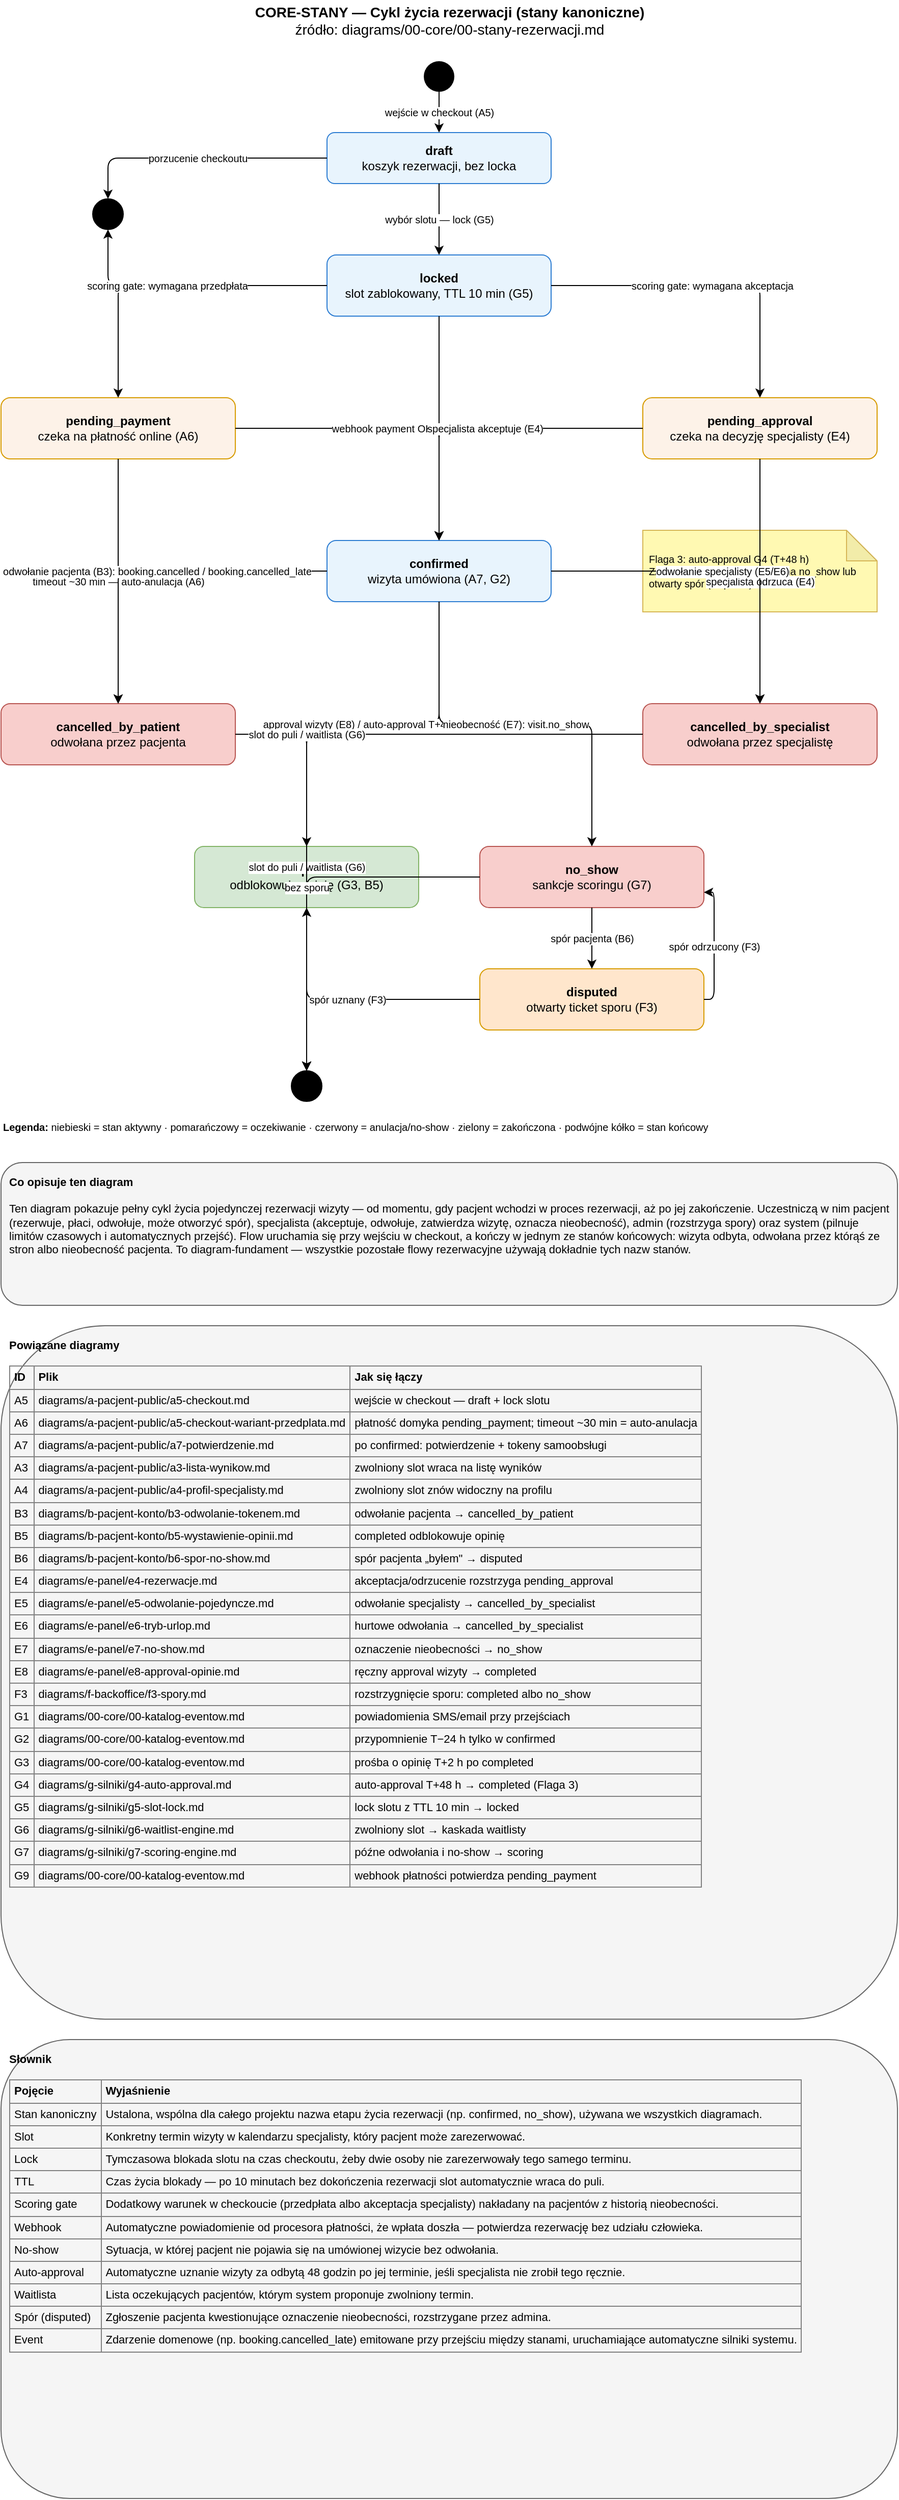
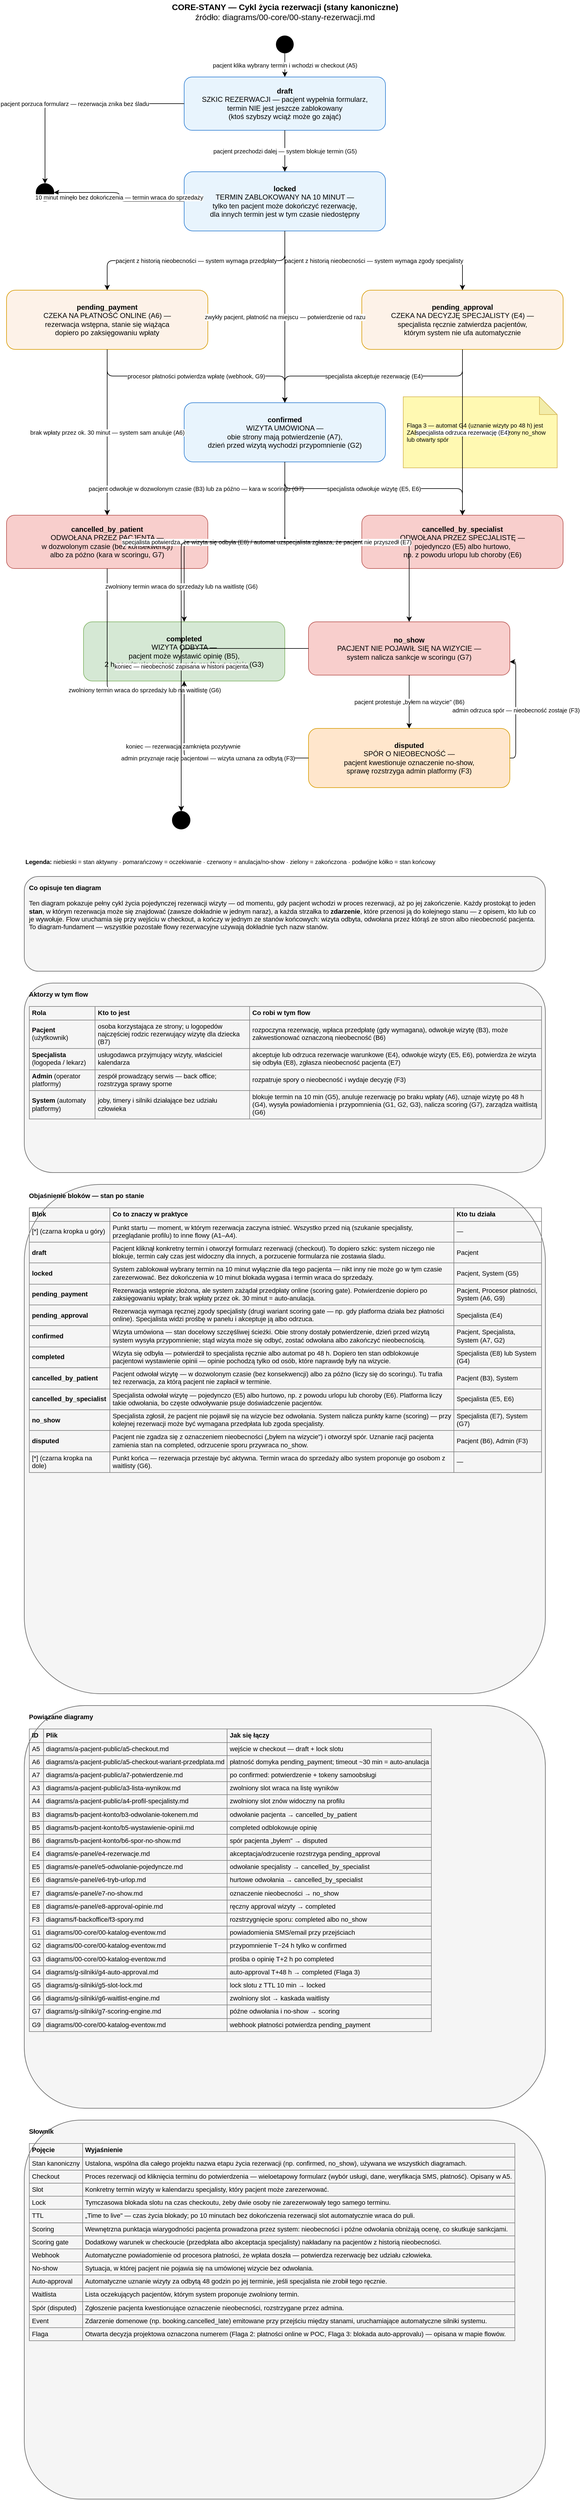
<mxfile host="app.diagrams.net" agent="claude-flows" version="24.0.0">
  <diagram id="core-stany-rezerwacji" name="CORE-STANY — cykl życia rezerwacji">
-     <mxGraphModel dx="1200" dy="900" grid="1" gridSize="10" guides="1" tooltips="1" connect="1" arrows="1" fold="1" page="1" pageScale="1" pageWidth="1000" pageHeight="2550" math="0" shadow="0">
+     <mxGraphModel dx="1200" dy="900" grid="1" gridSize="10" guides="1" tooltips="1" connect="1" arrows="1" fold="1" page="1" pageScale="1" pageWidth="1000" pageHeight="4300" math="0" shadow="0">
      <root>
        <mxCell id="0" />
        <mxCell id="1" parent="0" />
        <mxCell id="title" value="&lt;b&gt;CORE-STANY — Cykl życia rezerwacji (stany kanoniczne)&lt;/b&gt;&lt;br&gt;źródło: diagrams/00-core/00-stany-rezerwacji.md" style="text;html=1;align=center;verticalAlign=middle;fontSize=14;" vertex="1" parent="1">
          <mxGeometry x="250" y="10" width="500" height="40" as="geometry" />
        </mxCell>
        <mxCell id="start" value="" style="ellipse;whiteSpace=wrap;html=1;fillColor=#000000;strokeColor=none;" vertex="1" parent="1">
-           <mxGeometry x="475" y="70" width="30" height="30" as="geometry" />
+           <mxGeometry x="485" y="70" width="30" height="30" as="geometry" />
        </mxCell>
-         <mxCell id="draft" value="&lt;b&gt;draft&lt;/b&gt;&lt;br&gt;koszyk rezerwacji, bez locka" style="rounded=1;whiteSpace=wrap;html=1;fillColor=#e8f4fd;strokeColor=#2d7dd2;fontSize=12;" vertex="1" parent="1">
-           <mxGeometry x="380" y="140" width="220" height="50" as="geometry" />
+         <mxCell id="draft" value="&lt;b&gt;draft&lt;/b&gt;&lt;br&gt;SZKIC REZERWACJI — pacjent wypełnia formularz,&lt;br&gt;termin NIE jest jeszcze zablokowany&lt;br&gt;(ktoś szybszy wciąż może go zająć)" style="rounded=1;whiteSpace=wrap;html=1;fillColor=#e8f4fd;strokeColor=#2d7dd2;fontSize=12;" vertex="1" parent="1">
+           <mxGeometry x="330" y="140" width="340" height="90" as="geometry" />
        </mxCell>
        <mxCell id="endAbandon" value="" style="ellipse;shape=doubleEllipse;whiteSpace=wrap;html=1;fillColor=#000000;strokeColor=#000000;" vertex="1" parent="1">
-           <mxGeometry x="150" y="205" width="30" height="30" as="geometry" />
+           <mxGeometry x="80" y="320" width="30" height="30" as="geometry" />
        </mxCell>
-         <mxCell id="locked" value="&lt;b&gt;locked&lt;/b&gt;&lt;br&gt;slot zablokowany, TTL 10 min (G5)" style="rounded=1;whiteSpace=wrap;html=1;fillColor=#e8f4fd;strokeColor=#2d7dd2;fontSize=12;" vertex="1" parent="1">
-           <mxGeometry x="380" y="260" width="220" height="60" as="geometry" />
+         <mxCell id="locked" value="&lt;b&gt;locked&lt;/b&gt;&lt;br&gt;TERMIN ZABLOKOWANY NA 10 MINUT —&lt;br&gt;tylko ten pacjent może dokończyć rezerwację,&lt;br&gt;dla innych termin jest w tym czasie niedostępny" style="rounded=1;whiteSpace=wrap;html=1;fillColor=#e8f4fd;strokeColor=#2d7dd2;fontSize=12;" vertex="1" parent="1">
+           <mxGeometry x="330" y="300" width="340" height="100" as="geometry" />
        </mxCell>
-         <mxCell id="pendingPayment" value="&lt;b&gt;pending_payment&lt;/b&gt;&lt;br&gt;czeka na płatność online (A6)" style="rounded=1;whiteSpace=wrap;html=1;fillColor=#fdf2e8;strokeColor=#d79b00;fontSize=12;" vertex="1" parent="1">
-           <mxGeometry x="60" y="400" width="230" height="60" as="geometry" />
+         <mxCell id="pendingPayment" value="&lt;b&gt;pending_payment&lt;/b&gt;&lt;br&gt;CZEKA NA PŁATNOŚĆ ONLINE (A6) —&lt;br&gt;rezerwacja wstępna, stanie się wiążąca&lt;br&gt;dopiero po zaksięgowaniu wpłaty" style="rounded=1;whiteSpace=wrap;html=1;fillColor=#fdf2e8;strokeColor=#d79b00;fontSize=12;" vertex="1" parent="1">
+           <mxGeometry x="30" y="500" width="340" height="100" as="geometry" />
        </mxCell>
-         <mxCell id="pendingApproval" value="&lt;b&gt;pending_approval&lt;/b&gt;&lt;br&gt;czeka na decyzję specjalisty (E4)" style="rounded=1;whiteSpace=wrap;html=1;fillColor=#fdf2e8;strokeColor=#d79b00;fontSize=12;" vertex="1" parent="1">
-           <mxGeometry x="690" y="400" width="230" height="60" as="geometry" />
+         <mxCell id="pendingApproval" value="&lt;b&gt;pending_approval&lt;/b&gt;&lt;br&gt;CZEKA NA DECYZJĘ SPECJALISTY (E4) —&lt;br&gt;specjalista ręcznie zatwierdza pacjentów,&lt;br&gt;którym system nie ufa automatycznie" style="rounded=1;whiteSpace=wrap;html=1;fillColor=#fdf2e8;strokeColor=#d79b00;fontSize=12;" vertex="1" parent="1">
+           <mxGeometry x="630" y="500" width="340" height="100" as="geometry" />
        </mxCell>
-         <mxCell id="confirmed" value="&lt;b&gt;confirmed&lt;/b&gt;&lt;br&gt;wizyta umówiona (A7, G2)" style="rounded=1;whiteSpace=wrap;html=1;fillColor=#e8f4fd;strokeColor=#2d7dd2;fontSize=12;" vertex="1" parent="1">
-           <mxGeometry x="380" y="540" width="220" height="60" as="geometry" />
+         <mxCell id="confirmed" value="&lt;b&gt;confirmed&lt;/b&gt;&lt;br&gt;WIZYTA UMÓWIONA —&lt;br&gt;obie strony mają potwierdzenie (A7),&lt;br&gt;dzień przed wizytą wychodzi przypomnienie (G2)" style="rounded=1;whiteSpace=wrap;html=1;fillColor=#e8f4fd;strokeColor=#2d7dd2;fontSize=12;" vertex="1" parent="1">
+           <mxGeometry x="330" y="690" width="340" height="100" as="geometry" />
        </mxCell>
-         <mxCell id="flaga3" value="Flaga 3: auto-approval G4 (T+48 h) ZABLOKOWANY, gdy wizyta ma no_show lub otwarty spór (disputed)" style="shape=note;whiteSpace=wrap;html=1;backgroundOutline=1;darkOpacity=0.05;fillColor=#FFF9B2;strokeColor=#d6b656;fontSize=10;align=left;spacing=6;" vertex="1" parent="1">
-           <mxGeometry x="690" y="530" width="230" height="80" as="geometry" />
+         <mxCell id="flaga3" value="Flaga 3 — automat G4 (uznanie wizyty po 48 h) jest ZABLOKOWANY, gdy wizyta ma zgłoszony no_show lub otwarty spór" style="shape=note;whiteSpace=wrap;html=1;backgroundOutline=1;darkOpacity=0.05;fillColor=#FFF9B2;strokeColor=#d6b656;fontSize=10;align=left;spacing=6;" vertex="1" parent="1">
+           <mxGeometry x="700" y="680" width="260" height="120" as="geometry" />
        </mxCell>
-         <mxCell id="cancelledByPatient" value="&lt;b&gt;cancelled_by_patient&lt;/b&gt;&lt;br&gt;odwołana przez pacjenta" style="rounded=1;whiteSpace=wrap;html=1;fillColor=#f8cecc;strokeColor=#b85450;fontSize=12;" vertex="1" parent="1">
-           <mxGeometry x="60" y="700" width="230" height="60" as="geometry" />
+         <mxCell id="cancelledByPatient" value="&lt;b&gt;cancelled_by_patient&lt;/b&gt;&lt;br&gt;ODWOŁANA PRZEZ PACJENTA —&lt;br&gt;w dozwolonym czasie (bez konsekwencji)&lt;br&gt;albo za późno (kara w scoringu, G7)" style="rounded=1;whiteSpace=wrap;html=1;fillColor=#f8cecc;strokeColor=#b85450;fontSize=12;" vertex="1" parent="1">
+           <mxGeometry x="30" y="880" width="340" height="90" as="geometry" />
        </mxCell>
-         <mxCell id="cancelledBySpecialist" value="&lt;b&gt;cancelled_by_specialist&lt;/b&gt;&lt;br&gt;odwołana przez specjalistę" style="rounded=1;whiteSpace=wrap;html=1;fillColor=#f8cecc;strokeColor=#b85450;fontSize=12;" vertex="1" parent="1">
-           <mxGeometry x="690" y="700" width="230" height="60" as="geometry" />
+         <mxCell id="cancelledBySpecialist" value="&lt;b&gt;cancelled_by_specialist&lt;/b&gt;&lt;br&gt;ODWOŁANA PRZEZ SPECJALISTĘ —&lt;br&gt;pojedynczo (E5) albo hurtowo,&lt;br&gt;np. z powodu urlopu lub choroby (E6)" style="rounded=1;whiteSpace=wrap;html=1;fillColor=#f8cecc;strokeColor=#b85450;fontSize=12;" vertex="1" parent="1">
+           <mxGeometry x="630" y="880" width="340" height="90" as="geometry" />
        </mxCell>
-         <mxCell id="completed" value="&lt;b&gt;completed&lt;/b&gt;&lt;br&gt;odblokowuje opinię (G3, B5)" style="rounded=1;whiteSpace=wrap;html=1;fillColor=#d5e8d4;strokeColor=#82b366;fontSize=12;" vertex="1" parent="1">
-           <mxGeometry x="250" y="840" width="220" height="60" as="geometry" />
+         <mxCell id="completed" value="&lt;b&gt;completed&lt;/b&gt;&lt;br&gt;WIZYTA ODBYTA —&lt;br&gt;pacjent może wystawić opinię (B5),&lt;br&gt;2 h po wizycie system wysyła prośbę o opinię (G3)" style="rounded=1;whiteSpace=wrap;html=1;fillColor=#d5e8d4;strokeColor=#82b366;fontSize=12;" vertex="1" parent="1">
+           <mxGeometry x="160" y="1060" width="340" height="100" as="geometry" />
        </mxCell>
-         <mxCell id="noShow" value="&lt;b&gt;no_show&lt;/b&gt;&lt;br&gt;sankcje scoringu (G7)" style="rounded=1;whiteSpace=wrap;html=1;fillColor=#f8cecc;strokeColor=#b85450;fontSize=12;" vertex="1" parent="1">
-           <mxGeometry x="530" y="840" width="220" height="60" as="geometry" />
+         <mxCell id="noShow" value="&lt;b&gt;no_show&lt;/b&gt;&lt;br&gt;PACJENT NIE POJAWIŁ SIĘ NA WIZYCIE —&lt;br&gt;system nalicza sankcje w scoringu (G7)" style="rounded=1;whiteSpace=wrap;html=1;fillColor=#f8cecc;strokeColor=#b85450;fontSize=12;" vertex="1" parent="1">
+           <mxGeometry x="540" y="1060" width="340" height="90" as="geometry" />
        </mxCell>
-         <mxCell id="disputed" value="&lt;b&gt;disputed&lt;/b&gt;&lt;br&gt;otwarty ticket sporu (F3)" style="rounded=1;whiteSpace=wrap;html=1;fillColor=#ffe6cc;strokeColor=#d79b00;fontSize=12;" vertex="1" parent="1">
-           <mxGeometry x="530" y="960" width="220" height="60" as="geometry" />
+         <mxCell id="disputed" value="&lt;b&gt;disputed&lt;/b&gt;&lt;br&gt;SPÓR O NIEOBECNOŚĆ —&lt;br&gt;pacjent kwestionuje oznaczenie no-show,&lt;br&gt;sprawę rozstrzyga admin platformy (F3)" style="rounded=1;whiteSpace=wrap;html=1;fillColor=#ffe6cc;strokeColor=#d79b00;fontSize=12;" vertex="1" parent="1">
+           <mxGeometry x="540" y="1240" width="340" height="100" as="geometry" />
        </mxCell>
        <mxCell id="endFinal" value="" style="ellipse;shape=doubleEllipse;whiteSpace=wrap;html=1;fillColor=#000000;strokeColor=#000000;" vertex="1" parent="1">
-           <mxGeometry x="345" y="1060" width="30" height="30" as="geometry" />
+           <mxGeometry x="310" y="1380" width="30" height="30" as="geometry" />
        </mxCell>
-         <mxCell id="e1" value="wejście w checkout (A5)" style="edgeStyle=orthogonalEdgeStyle;rounded=1;html=1;fontSize=10;" edge="1" parent="1" source="start" target="draft">
+         <mxCell id="e1" value="pacjent klika wybrany termin i wchodzi w checkout (A5)" style="edgeStyle=orthogonalEdgeStyle;rounded=1;html=1;fontSize=10;" edge="1" parent="1" source="start" target="draft">
          <mxGeometry relative="1" as="geometry" />
        </mxCell>
-         <mxCell id="e2" value="wybór slotu — lock (G5)" style="edgeStyle=orthogonalEdgeStyle;rounded=1;html=1;fontSize=10;" edge="1" parent="1" source="draft" target="locked">
+         <mxCell id="e2" value="pacjent przechodzi dalej — system blokuje termin (G5)" style="edgeStyle=orthogonalEdgeStyle;rounded=1;html=1;fontSize=10;" edge="1" parent="1" source="draft" target="locked">
          <mxGeometry relative="1" as="geometry" />
        </mxCell>
-         <mxCell id="e3" value="porzucenie checkoutu" style="edgeStyle=orthogonalEdgeStyle;rounded=1;html=1;fontSize=10;" edge="1" parent="1" source="draft" target="endAbandon">
+         <mxCell id="e3" value="pacjent porzuca formularz — rezerwacja znika bez śladu" style="edgeStyle=orthogonalEdgeStyle;rounded=1;html=1;fontSize=10;" edge="1" parent="1" source="draft" target="endAbandon">
          <mxGeometry relative="1" as="geometry" />
        </mxCell>
-         <mxCell id="e4" value="TTL wygasł — slot do puli" style="edgeStyle=orthogonalEdgeStyle;rounded=1;html=1;fontSize=10;" edge="1" parent="1" source="locked" target="endAbandon">
+         <mxCell id="e4" value="10 minut minęło bez dokończenia — termin wraca do sprzedaży" style="edgeStyle=orthogonalEdgeStyle;rounded=1;html=1;fontSize=10;" edge="1" parent="1" source="locked" target="endAbandon">
          <mxGeometry relative="1" as="geometry" />
        </mxCell>
-         <mxCell id="e5" value="scoring gate: wymagana przedpłata" style="edgeStyle=orthogonalEdgeStyle;rounded=1;html=1;fontSize=10;" edge="1" parent="1" source="locked" target="pendingPayment">
+         <mxCell id="e5" value="pacjent z historią nieobecności — system wymaga przedpłaty" style="edgeStyle=orthogonalEdgeStyle;rounded=1;html=1;fontSize=10;" edge="1" parent="1" source="locked" target="pendingPayment">
          <mxGeometry relative="1" as="geometry" />
        </mxCell>
-         <mxCell id="e6" value="scoring gate: wymagana akceptacja" style="edgeStyle=orthogonalEdgeStyle;rounded=1;html=1;fontSize=10;" edge="1" parent="1" source="locked" target="pendingApproval">
+         <mxCell id="e6" value="pacjent z historią nieobecności — system wymaga zgody specjalisty" style="edgeStyle=orthogonalEdgeStyle;rounded=1;html=1;fontSize=10;" edge="1" parent="1" source="locked" target="pendingApproval">
          <mxGeometry relative="1" as="geometry" />
        </mxCell>
-         <mxCell id="e7" value="płatność na miejscu, bez gate" style="edgeStyle=orthogonalEdgeStyle;rounded=1;html=1;fontSize=10;" edge="1" parent="1" source="locked" target="confirmed">
+         <mxCell id="e7" value="zwykły pacjent, płatność na miejscu — potwierdzenie od razu" style="edgeStyle=orthogonalEdgeStyle;rounded=1;html=1;fontSize=10;" edge="1" parent="1" source="locked" target="confirmed">
          <mxGeometry relative="1" as="geometry" />
        </mxCell>
-         <mxCell id="e8" value="webhook payment OK (G9)" style="edgeStyle=orthogonalEdgeStyle;rounded=1;html=1;fontSize=10;" edge="1" parent="1" source="pendingPayment" target="confirmed">
+         <mxCell id="e8" value="procesor płatności potwierdza wpłatę (webhook, G9)" style="edgeStyle=orthogonalEdgeStyle;rounded=1;html=1;fontSize=10;" edge="1" parent="1" source="pendingPayment" target="confirmed">
          <mxGeometry relative="1" as="geometry" />
        </mxCell>
-         <mxCell id="e9" value="timeout ~30 min — auto-anulacja (A6)" style="edgeStyle=orthogonalEdgeStyle;rounded=1;html=1;fontSize=10;" edge="1" parent="1" source="pendingPayment" target="cancelledByPatient">
+         <mxCell id="e9" value="brak wpłaty przez ok. 30 minut — system sam anuluje (A6)" style="edgeStyle=orthogonalEdgeStyle;rounded=1;html=1;fontSize=10;" edge="1" parent="1" source="pendingPayment" target="cancelledByPatient">
          <mxGeometry relative="1" as="geometry" />
        </mxCell>
-         <mxCell id="e10" value="specjalista akceptuje (E4)" style="edgeStyle=orthogonalEdgeStyle;rounded=1;html=1;fontSize=10;" edge="1" parent="1" source="pendingApproval" target="confirmed">
+         <mxCell id="e10" value="specjalista akceptuje rezerwację (E4)" style="edgeStyle=orthogonalEdgeStyle;rounded=1;html=1;fontSize=10;" edge="1" parent="1" source="pendingApproval" target="confirmed">
          <mxGeometry relative="1" as="geometry" />
        </mxCell>
-         <mxCell id="e11" value="specjalista odrzuca (E4)" style="edgeStyle=orthogonalEdgeStyle;rounded=1;html=1;fontSize=10;" edge="1" parent="1" source="pendingApproval" target="cancelledBySpecialist">
+         <mxCell id="e11" value="specjalista odrzuca rezerwację (E4)" style="edgeStyle=orthogonalEdgeStyle;rounded=1;html=1;fontSize=10;" edge="1" parent="1" source="pendingApproval" target="cancelledBySpecialist">
          <mxGeometry relative="1" as="geometry" />
        </mxCell>
-         <mxCell id="e12" value="odwołanie pacjenta (B3): booking.cancelled / booking.cancelled_late" style="edgeStyle=orthogonalEdgeStyle;rounded=1;html=1;fontSize=10;" edge="1" parent="1" source="confirmed" target="cancelledByPatient">
+         <mxCell id="e12" value="pacjent odwołuje w dozwolonym czasie (B3) lub za późno — kara w scoringu (G7)" style="edgeStyle=orthogonalEdgeStyle;rounded=1;html=1;fontSize=10;" edge="1" parent="1" source="confirmed" target="cancelledByPatient">
          <mxGeometry relative="1" as="geometry" />
        </mxCell>
-         <mxCell id="e13" value="odwołanie specjalisty (E5/E6)" style="edgeStyle=orthogonalEdgeStyle;rounded=1;html=1;fontSize=10;" edge="1" parent="1" source="confirmed" target="cancelledBySpecialist">
+         <mxCell id="e13" value="specjalista odwołuje wizytę (E5, E6)" style="edgeStyle=orthogonalEdgeStyle;rounded=1;html=1;fontSize=10;" edge="1" parent="1" source="confirmed" target="cancelledBySpecialist">
          <mxGeometry relative="1" as="geometry" />
        </mxCell>
-         <mxCell id="e14" value="approval wizyty (E8) / auto-approval T+48 h (G4)" style="edgeStyle=orthogonalEdgeStyle;rounded=1;html=1;fontSize=10;" edge="1" parent="1" source="confirmed" target="completed">
+         <mxCell id="e14" value="specjalista potwierdza, że wizyta się odbyła (E8) / automat uznaje wizytę po 48 h (G4)" style="edgeStyle=orthogonalEdgeStyle;rounded=1;html=1;fontSize=10;" edge="1" parent="1" source="confirmed" target="completed">
          <mxGeometry relative="1" as="geometry" />
        </mxCell>
-         <mxCell id="e15" value="nieobecność (E7): visit.no_show" style="edgeStyle=orthogonalEdgeStyle;rounded=1;html=1;fontSize=10;" edge="1" parent="1" source="confirmed" target="noShow">
+         <mxCell id="e15" value="specjalista zgłasza, że pacjent nie przyszedł (E7)" style="edgeStyle=orthogonalEdgeStyle;rounded=1;html=1;fontSize=10;" edge="1" parent="1" source="confirmed" target="noShow">
          <mxGeometry relative="1" as="geometry" />
        </mxCell>
-         <mxCell id="e16" value="spór pacjenta (B6)" style="edgeStyle=orthogonalEdgeStyle;rounded=1;html=1;fontSize=10;" edge="1" parent="1" source="noShow" target="disputed">
+         <mxCell id="e16" value="pacjent protestuje „byłem na wizycie&quot; (B6)" style="edgeStyle=orthogonalEdgeStyle;rounded=1;html=1;fontSize=10;" edge="1" parent="1" source="noShow" target="disputed">
          <mxGeometry relative="1" as="geometry" />
        </mxCell>
-         <mxCell id="e17" value="spór uznany (F3)" style="edgeStyle=orthogonalEdgeStyle;rounded=1;html=1;fontSize=10;" edge="1" parent="1" source="disputed" target="completed">
+         <mxCell id="e17" value="admin przyznaje rację pacjentowi — wizyta uznana za odbytą (F3)" style="edgeStyle=orthogonalEdgeStyle;rounded=1;html=1;fontSize=10;" edge="1" parent="1" source="disputed" target="completed">
          <mxGeometry relative="1" as="geometry" />
        </mxCell>
-         <mxCell id="e18" value="spór odrzucony (F3)" style="edgeStyle=orthogonalEdgeStyle;rounded=1;html=1;fontSize=10;exitX=1;exitY=0.5;entryX=1;entryY=0.75;" edge="1" parent="1" source="disputed" target="noShow">
+         <mxCell id="e18" value="admin odrzuca spór — nieobecność zostaje (F3)" style="edgeStyle=orthogonalEdgeStyle;rounded=1;html=1;fontSize=10;exitX=1;exitY=0.5;entryX=1;entryY=0.75;" edge="1" parent="1" source="disputed" target="noShow">
          <mxGeometry relative="1" as="geometry" />
        </mxCell>
-         <mxCell id="e19" value="" style="edgeStyle=orthogonalEdgeStyle;rounded=1;html=1;fontSize=10;" edge="1" parent="1" source="completed" target="endFinal">
+         <mxCell id="e19" value="koniec — rezerwacja zamknięta pozytywnie" style="edgeStyle=orthogonalEdgeStyle;rounded=1;html=1;fontSize=10;" edge="1" parent="1" source="completed" target="endFinal">
          <mxGeometry relative="1" as="geometry" />
        </mxCell>
-         <mxCell id="e20" value="slot do puli / waitlista (G6)" style="edgeStyle=orthogonalEdgeStyle;rounded=1;html=1;fontSize=10;" edge="1" parent="1" source="cancelledByPatient" target="endFinal">
+         <mxCell id="e20" value="zwolniony termin wraca do sprzedaży lub na waitlistę (G6)" style="edgeStyle=orthogonalEdgeStyle;rounded=1;html=1;fontSize=10;" edge="1" parent="1" source="cancelledByPatient" target="endFinal">
          <mxGeometry relative="1" as="geometry" />
        </mxCell>
-         <mxCell id="e21" value="slot do puli / waitlista (G6)" style="edgeStyle=orthogonalEdgeStyle;rounded=1;html=1;fontSize=10;" edge="1" parent="1" source="cancelledBySpecialist" target="endFinal">
+         <mxCell id="e21" value="zwolniony termin wraca do sprzedaży lub na waitlistę (G6)" style="edgeStyle=orthogonalEdgeStyle;rounded=1;html=1;fontSize=10;" edge="1" parent="1" source="cancelledBySpecialist" target="endFinal">
          <mxGeometry relative="1" as="geometry" />
        </mxCell>
-         <mxCell id="e22" value="bez sporu" style="edgeStyle=orthogonalEdgeStyle;rounded=1;html=1;fontSize=10;" edge="1" parent="1" source="noShow" target="endFinal">
+         <mxCell id="e22" value="koniec — nieobecność zapisana w historii pacjenta" style="edgeStyle=orthogonalEdgeStyle;rounded=1;html=1;fontSize=10;" edge="1" parent="1" source="noShow" target="endFinal">
          <mxGeometry relative="1" as="geometry" />
        </mxCell>
        <mxCell id="legend" value="&lt;b&gt;Legenda:&lt;/b&gt; niebieski = stan aktywny · pomarańczowy = oczekiwanie · czerwony = anulacja/no-show · zielony = zakończona · podwójne kółko = stan końcowy" style="text;html=1;align=left;verticalAlign=middle;fontSize=10;" vertex="1" parent="1">
-           <mxGeometry x="60" y="1100" width="880" height="30" as="geometry" />
+           <mxGeometry x="60" y="1450" width="880" height="30" as="geometry" />
        </mxCell>
-         <mxCell id="docOpis" value="&lt;b&gt;Co opisuje ten diagram&lt;/b&gt;&lt;br&gt;&lt;br&gt;Ten diagram pokazuje pełny cykl życia pojedynczej rezerwacji wizyty — od momentu, gdy pacjent wchodzi w proces rezerwacji, aż po jej zakończenie. Uczestniczą w nim pacjent (rezerwuje, płaci, odwołuje, może otworzyć spór), specjalista (akceptuje, odwołuje, zatwierdza wizytę, oznacza nieobecność), admin (rozstrzyga spory) oraz system (pilnuje limitów czasowych i automatycznych przejść). Flow uruchamia się przy wejściu w checkout, a kończy w jednym ze stanów końcowych: wizyta odbyta, odwołana przez którąś ze stron albo nieobecność pacjenta. To diagram-fundament — wszystkie pozostałe flowy rezerwacyjne używają dokładnie tych nazw stanów." style="text;html=1;whiteSpace=wrap;align=left;verticalAlign=top;spacing=8;fillColor=#f5f5f5;strokeColor=#666666;rounded=1;fontSize=11;" vertex="1" parent="1">
-           <mxGeometry x="60" y="1150" width="880" height="140" as="geometry" />
+         <mxCell id="docOpis" value="&lt;b&gt;Co opisuje ten diagram&lt;/b&gt;&lt;br&gt;&lt;br&gt;Ten diagram pokazuje pełny cykl życia pojedynczej rezerwacji wizyty — od momentu, gdy pacjent wchodzi w proces rezerwacji, aż po jej zakończenie. Każdy prostokąt to jeden &lt;b&gt;stan&lt;/b&gt;, w którym rezerwacja może się znajdować (zawsze dokładnie w jednym naraz), a każda strzałka to &lt;b&gt;zdarzenie&lt;/b&gt;, które przenosi ją do kolejnego stanu — z opisem, kto lub co je wywołuje. Flow uruchamia się przy wejściu w checkout, a kończy w jednym ze stanów końcowych: wizyta odbyta, odwołana przez którąś ze stron albo nieobecność pacjenta. To diagram-fundament — wszystkie pozostałe flowy rezerwacyjne używają dokładnie tych nazw stanów." style="text;html=1;whiteSpace=wrap;align=left;verticalAlign=top;spacing=8;fillColor=#f5f5f5;strokeColor=#666666;rounded=1;fontSize=11;" vertex="1" parent="1">
+           <mxGeometry x="60" y="1490" width="880" height="160" as="geometry" />
+         </mxCell>
+         <mxCell id="docAktorzy" value="&lt;b&gt;Aktorzy w tym flow&lt;/b&gt;&lt;br&gt;&lt;br&gt;&lt;table border=&quot;1&quot; cellpadding=&quot;4&quot; style=&quot;border-collapse:collapse;width:100%&quot;&gt;&lt;tr&gt;&lt;th align=&quot;left&quot;&gt;Rola&lt;/th&gt;&lt;th align=&quot;left&quot;&gt;Kto to jest&lt;/th&gt;&lt;th align=&quot;left&quot;&gt;Co robi w tym flow&lt;/th&gt;&lt;/tr&gt;&lt;tr&gt;&lt;td&gt;&lt;b&gt;Pacjent&lt;/b&gt; (użytkownik)&lt;/td&gt;&lt;td&gt;osoba korzystająca ze strony; u logopedów najczęściej rodzic rezerwujący wizytę dla dziecka (B7)&lt;/td&gt;&lt;td&gt;rozpoczyna rezerwację, wpłaca przedpłatę (gdy wymagana), odwołuje wizytę (B3), może zakwestionować oznaczoną nieobecność (B6)&lt;/td&gt;&lt;/tr&gt;&lt;tr&gt;&lt;td&gt;&lt;b&gt;Specjalista&lt;/b&gt; (logopeda / lekarz)&lt;/td&gt;&lt;td&gt;usługodawca przyjmujący wizyty, właściciel kalendarza&lt;/td&gt;&lt;td&gt;akceptuje lub odrzuca rezerwacje warunkowe (E4), odwołuje wizyty (E5, E6), potwierdza że wizyta się odbyła (E8), zgłasza nieobecność pacjenta (E7)&lt;/td&gt;&lt;/tr&gt;&lt;tr&gt;&lt;td&gt;&lt;b&gt;Admin&lt;/b&gt; (operator platformy)&lt;/td&gt;&lt;td&gt;zespół prowadzący serwis — back office; rozstrzyga sprawy sporne&lt;/td&gt;&lt;td&gt;rozpatruje spory o nieobecność i wydaje decyzję (F3)&lt;/td&gt;&lt;/tr&gt;&lt;tr&gt;&lt;td&gt;&lt;b&gt;System&lt;/b&gt; (automaty platformy)&lt;/td&gt;&lt;td&gt;joby, timery i silniki działające bez udziału człowieka&lt;/td&gt;&lt;td&gt;blokuje termin na 10 min (G5), anuluje rezerwację po braku wpłaty (A6), uznaje wizytę po 48 h (G4), wysyła powiadomienia i przypomnienia (G1, G2, G3), nalicza scoring (G7), zarządza waitlistą (G6)&lt;/td&gt;&lt;/tr&gt;&lt;/table&gt;" style="text;html=1;whiteSpace=wrap;align=left;verticalAlign=top;spacing=8;fillColor=#f5f5f5;strokeColor=#666666;rounded=1;fontSize=11;" vertex="1" parent="1">
+           <mxGeometry x="60" y="1670" width="880" height="320" as="geometry" />
+         </mxCell>
+         <mxCell id="docBloki" value="&lt;b&gt;Objaśnienie bloków — stan po stanie&lt;/b&gt;&lt;br&gt;&lt;br&gt;&lt;table border=&quot;1&quot; cellpadding=&quot;4&quot; style=&quot;border-collapse:collapse;width:100%&quot;&gt;&lt;tr&gt;&lt;th align=&quot;left&quot;&gt;Blok&lt;/th&gt;&lt;th align=&quot;left&quot;&gt;Co to znaczy w praktyce&lt;/th&gt;&lt;th align=&quot;left&quot;&gt;Kto tu działa&lt;/th&gt;&lt;/tr&gt;&lt;tr&gt;&lt;td&gt;[*] (czarna kropka u góry)&lt;/td&gt;&lt;td&gt;Punkt startu — moment, w którym rezerwacja zaczyna istnieć. Wszystko przed nią (szukanie specjalisty, przeglądanie profilu) to inne flowy (A1–A4).&lt;/td&gt;&lt;td&gt;—&lt;/td&gt;&lt;/tr&gt;&lt;tr&gt;&lt;td&gt;&lt;b&gt;draft&lt;/b&gt;&lt;/td&gt;&lt;td&gt;Pacjent kliknął konkretny termin i otworzył formularz rezerwacji (checkout). To dopiero szkic: system niczego nie blokuje, termin cały czas jest widoczny dla innych, a porzucenie formularza nie zostawia śladu.&lt;/td&gt;&lt;td&gt;Pacjent&lt;/td&gt;&lt;/tr&gt;&lt;tr&gt;&lt;td&gt;&lt;b&gt;locked&lt;/b&gt;&lt;/td&gt;&lt;td&gt;System zablokował wybrany termin na 10 minut wyłącznie dla tego pacjenta — nikt inny nie może go w tym czasie zarezerwować. Bez dokończenia w 10 minut blokada wygasa i termin wraca do sprzedaży.&lt;/td&gt;&lt;td&gt;Pacjent, System (G5)&lt;/td&gt;&lt;/tr&gt;&lt;tr&gt;&lt;td&gt;&lt;b&gt;pending_payment&lt;/b&gt;&lt;/td&gt;&lt;td&gt;Rezerwacja wstępnie złożona, ale system zażądał przedpłaty online (scoring gate). Potwierdzenie dopiero po zaksięgowaniu wpłaty; brak wpłaty przez ok. 30 minut = auto-anulacja.&lt;/td&gt;&lt;td&gt;Pacjent, Procesor płatności, System (A6, G9)&lt;/td&gt;&lt;/tr&gt;&lt;tr&gt;&lt;td&gt;&lt;b&gt;pending_approval&lt;/b&gt;&lt;/td&gt;&lt;td&gt;Rezerwacja wymaga ręcznej zgody specjalisty (drugi wariant scoring gate — np. gdy platforma działa bez płatności online). Specjalista widzi prośbę w panelu i akceptuje ją albo odrzuca.&lt;/td&gt;&lt;td&gt;Specjalista (E4)&lt;/td&gt;&lt;/tr&gt;&lt;tr&gt;&lt;td&gt;&lt;b&gt;confirmed&lt;/b&gt;&lt;/td&gt;&lt;td&gt;Wizyta umówiona — stan docelowy szczęśliwej ścieżki. Obie strony dostały potwierdzenie, dzień przed wizytą system wysyła przypomnienie; stąd wizyta może się odbyć, zostać odwołana albo zakończyć nieobecnością.&lt;/td&gt;&lt;td&gt;Pacjent, Specjalista, System (A7, G2)&lt;/td&gt;&lt;/tr&gt;&lt;tr&gt;&lt;td&gt;&lt;b&gt;completed&lt;/b&gt;&lt;/td&gt;&lt;td&gt;Wizyta się odbyła — potwierdził to specjalista ręcznie albo automat po 48 h. Dopiero ten stan odblokowuje pacjentowi wystawienie opinii — opinie pochodzą tylko od osób, które naprawdę były na wizycie.&lt;/td&gt;&lt;td&gt;Specjalista (E8) lub System (G4)&lt;/td&gt;&lt;/tr&gt;&lt;tr&gt;&lt;td&gt;&lt;b&gt;cancelled_by_patient&lt;/b&gt;&lt;/td&gt;&lt;td&gt;Pacjent odwołał wizytę — w dozwolonym czasie (bez konsekwencji) albo za późno (liczy się do scoringu). Tu trafia też rezerwacja, za którą pacjent nie zapłacił w terminie.&lt;/td&gt;&lt;td&gt;Pacjent (B3), System&lt;/td&gt;&lt;/tr&gt;&lt;tr&gt;&lt;td&gt;&lt;b&gt;cancelled_by_specialist&lt;/b&gt;&lt;/td&gt;&lt;td&gt;Specjalista odwołał wizytę — pojedynczo (E5) albo hurtowo, np. z powodu urlopu lub choroby (E6). Platforma liczy takie odwołania, bo częste odwoływanie psuje doświadczenie pacjentów.&lt;/td&gt;&lt;td&gt;Specjalista (E5, E6)&lt;/td&gt;&lt;/tr&gt;&lt;tr&gt;&lt;td&gt;&lt;b&gt;no_show&lt;/b&gt;&lt;/td&gt;&lt;td&gt;Specjalista zgłosił, że pacjent nie pojawił się na wizycie bez odwołania. System nalicza punkty karne (scoring) — przy kolejnej rezerwacji może być wymagana przedpłata lub zgoda specjalisty.&lt;/td&gt;&lt;td&gt;Specjalista (E7), System (G7)&lt;/td&gt;&lt;/tr&gt;&lt;tr&gt;&lt;td&gt;&lt;b&gt;disputed&lt;/b&gt;&lt;/td&gt;&lt;td&gt;Pacjent nie zgadza się z oznaczeniem nieobecności („byłem na wizycie&quot;) i otworzył spór. Uznanie racji pacjenta zamienia stan na completed, odrzucenie sporu przywraca no_show.&lt;/td&gt;&lt;td&gt;Pacjent (B6), Admin (F3)&lt;/td&gt;&lt;/tr&gt;&lt;tr&gt;&lt;td&gt;[*] (czarna kropka na dole)&lt;/td&gt;&lt;td&gt;Punkt końca — rezerwacja przestaje być aktywna. Termin wraca do sprzedaży albo system proponuje go osobom z waitlisty (G6).&lt;/td&gt;&lt;td&gt;—&lt;/td&gt;&lt;/tr&gt;&lt;/table&gt;" style="text;html=1;whiteSpace=wrap;align=left;verticalAlign=top;spacing=8;fillColor=#f5f5f5;strokeColor=#666666;rounded=1;fontSize=11;" vertex="1" parent="1">
+           <mxGeometry x="60" y="2010" width="880" height="860" as="geometry" />
        </mxCell>
        <mxCell id="docPowiazane" value="&lt;b&gt;Powiązane diagramy&lt;/b&gt;&lt;br&gt;&lt;br&gt;&lt;table border=&quot;1&quot; cellpadding=&quot;4&quot; style=&quot;border-collapse:collapse;width:100%&quot;&gt;&lt;tr&gt;&lt;th align=&quot;left&quot;&gt;ID&lt;/th&gt;&lt;th align=&quot;left&quot;&gt;Plik&lt;/th&gt;&lt;th align=&quot;left&quot;&gt;Jak się łączy&lt;/th&gt;&lt;/tr&gt;&lt;tr&gt;&lt;td&gt;A5&lt;/td&gt;&lt;td&gt;diagrams/a-pacjent-public/a5-checkout.md&lt;/td&gt;&lt;td&gt;wejście w checkout — draft + lock slotu&lt;/td&gt;&lt;/tr&gt;&lt;tr&gt;&lt;td&gt;A6&lt;/td&gt;&lt;td&gt;diagrams/a-pacjent-public/a5-checkout-wariant-przedplata.md&lt;/td&gt;&lt;td&gt;płatność domyka pending_payment; timeout ~30 min = auto-anulacja&lt;/td&gt;&lt;/tr&gt;&lt;tr&gt;&lt;td&gt;A7&lt;/td&gt;&lt;td&gt;diagrams/a-pacjent-public/a7-potwierdzenie.md&lt;/td&gt;&lt;td&gt;po confirmed: potwierdzenie + tokeny samoobsługi&lt;/td&gt;&lt;/tr&gt;&lt;tr&gt;&lt;td&gt;A3&lt;/td&gt;&lt;td&gt;diagrams/a-pacjent-public/a3-lista-wynikow.md&lt;/td&gt;&lt;td&gt;zwolniony slot wraca na listę wyników&lt;/td&gt;&lt;/tr&gt;&lt;tr&gt;&lt;td&gt;A4&lt;/td&gt;&lt;td&gt;diagrams/a-pacjent-public/a4-profil-specjalisty.md&lt;/td&gt;&lt;td&gt;zwolniony slot znów widoczny na profilu&lt;/td&gt;&lt;/tr&gt;&lt;tr&gt;&lt;td&gt;B3&lt;/td&gt;&lt;td&gt;diagrams/b-pacjent-konto/b3-odwolanie-tokenem.md&lt;/td&gt;&lt;td&gt;odwołanie pacjenta → cancelled_by_patient&lt;/td&gt;&lt;/tr&gt;&lt;tr&gt;&lt;td&gt;B5&lt;/td&gt;&lt;td&gt;diagrams/b-pacjent-konto/b5-wystawienie-opinii.md&lt;/td&gt;&lt;td&gt;completed odblokowuje opinię&lt;/td&gt;&lt;/tr&gt;&lt;tr&gt;&lt;td&gt;B6&lt;/td&gt;&lt;td&gt;diagrams/b-pacjent-konto/b6-spor-no-show.md&lt;/td&gt;&lt;td&gt;spór pacjenta „byłem&quot; → disputed&lt;/td&gt;&lt;/tr&gt;&lt;tr&gt;&lt;td&gt;E4&lt;/td&gt;&lt;td&gt;diagrams/e-panel/e4-rezerwacje.md&lt;/td&gt;&lt;td&gt;akceptacja/odrzucenie rozstrzyga pending_approval&lt;/td&gt;&lt;/tr&gt;&lt;tr&gt;&lt;td&gt;E5&lt;/td&gt;&lt;td&gt;diagrams/e-panel/e5-odwolanie-pojedyncze.md&lt;/td&gt;&lt;td&gt;odwołanie specjalisty → cancelled_by_specialist&lt;/td&gt;&lt;/tr&gt;&lt;tr&gt;&lt;td&gt;E6&lt;/td&gt;&lt;td&gt;diagrams/e-panel/e6-tryb-urlop.md&lt;/td&gt;&lt;td&gt;hurtowe odwołania → cancelled_by_specialist&lt;/td&gt;&lt;/tr&gt;&lt;tr&gt;&lt;td&gt;E7&lt;/td&gt;&lt;td&gt;diagrams/e-panel/e7-no-show.md&lt;/td&gt;&lt;td&gt;oznaczenie nieobecności → no_show&lt;/td&gt;&lt;/tr&gt;&lt;tr&gt;&lt;td&gt;E8&lt;/td&gt;&lt;td&gt;diagrams/e-panel/e8-approval-opinie.md&lt;/td&gt;&lt;td&gt;ręczny approval wizyty → completed&lt;/td&gt;&lt;/tr&gt;&lt;tr&gt;&lt;td&gt;F3&lt;/td&gt;&lt;td&gt;diagrams/f-backoffice/f3-spory.md&lt;/td&gt;&lt;td&gt;rozstrzygnięcie sporu: completed albo no_show&lt;/td&gt;&lt;/tr&gt;&lt;tr&gt;&lt;td&gt;G1&lt;/td&gt;&lt;td&gt;diagrams/00-core/00-katalog-eventow.md&lt;/td&gt;&lt;td&gt;powiadomienia SMS/email przy przejściach&lt;/td&gt;&lt;/tr&gt;&lt;tr&gt;&lt;td&gt;G2&lt;/td&gt;&lt;td&gt;diagrams/00-core/00-katalog-eventow.md&lt;/td&gt;&lt;td&gt;przypomnienie T−24 h tylko w confirmed&lt;/td&gt;&lt;/tr&gt;&lt;tr&gt;&lt;td&gt;G3&lt;/td&gt;&lt;td&gt;diagrams/00-core/00-katalog-eventow.md&lt;/td&gt;&lt;td&gt;prośba o opinię T+2 h po completed&lt;/td&gt;&lt;/tr&gt;&lt;tr&gt;&lt;td&gt;G4&lt;/td&gt;&lt;td&gt;diagrams/g-silniki/g4-auto-approval.md&lt;/td&gt;&lt;td&gt;auto-approval T+48 h → completed (Flaga 3)&lt;/td&gt;&lt;/tr&gt;&lt;tr&gt;&lt;td&gt;G5&lt;/td&gt;&lt;td&gt;diagrams/g-silniki/g5-slot-lock.md&lt;/td&gt;&lt;td&gt;lock slotu z TTL 10 min → locked&lt;/td&gt;&lt;/tr&gt;&lt;tr&gt;&lt;td&gt;G6&lt;/td&gt;&lt;td&gt;diagrams/g-silniki/g6-waitlist-engine.md&lt;/td&gt;&lt;td&gt;zwolniony slot → kaskada waitlisty&lt;/td&gt;&lt;/tr&gt;&lt;tr&gt;&lt;td&gt;G7&lt;/td&gt;&lt;td&gt;diagrams/g-silniki/g7-scoring-engine.md&lt;/td&gt;&lt;td&gt;późne odwołania i no-show → scoring&lt;/td&gt;&lt;/tr&gt;&lt;tr&gt;&lt;td&gt;G9&lt;/td&gt;&lt;td&gt;diagrams/00-core/00-katalog-eventow.md&lt;/td&gt;&lt;td&gt;webhook płatności potwierdza pending_payment&lt;/td&gt;&lt;/tr&gt;&lt;/table&gt;" style="text;html=1;whiteSpace=wrap;align=left;verticalAlign=top;spacing=8;fillColor=#f5f5f5;strokeColor=#666666;rounded=1;fontSize=11;" vertex="1" parent="1">
-           <mxGeometry x="60" y="1310" width="880" height="680" as="geometry" />
+           <mxGeometry x="60" y="2890" width="880" height="680" as="geometry" />
        </mxCell>
-         <mxCell id="docSlownik" value="&lt;b&gt;Słownik&lt;/b&gt;&lt;br&gt;&lt;br&gt;&lt;table border=&quot;1&quot; cellpadding=&quot;4&quot; style=&quot;border-collapse:collapse;width:100%&quot;&gt;&lt;tr&gt;&lt;th align=&quot;left&quot;&gt;Pojęcie&lt;/th&gt;&lt;th align=&quot;left&quot;&gt;Wyjaśnienie&lt;/th&gt;&lt;/tr&gt;&lt;tr&gt;&lt;td&gt;Stan kanoniczny&lt;/td&gt;&lt;td&gt;Ustalona, wspólna dla całego projektu nazwa etapu życia rezerwacji (np. confirmed, no_show), używana we wszystkich diagramach.&lt;/td&gt;&lt;/tr&gt;&lt;tr&gt;&lt;td&gt;Slot&lt;/td&gt;&lt;td&gt;Konkretny termin wizyty w kalendarzu specjalisty, który pacjent może zarezerwować.&lt;/td&gt;&lt;/tr&gt;&lt;tr&gt;&lt;td&gt;Lock&lt;/td&gt;&lt;td&gt;Tymczasowa blokada slotu na czas checkoutu, żeby dwie osoby nie zarezerwowały tego samego terminu.&lt;/td&gt;&lt;/tr&gt;&lt;tr&gt;&lt;td&gt;TTL&lt;/td&gt;&lt;td&gt;Czas życia blokady — po 10 minutach bez dokończenia rezerwacji slot automatycznie wraca do puli.&lt;/td&gt;&lt;/tr&gt;&lt;tr&gt;&lt;td&gt;Scoring gate&lt;/td&gt;&lt;td&gt;Dodatkowy warunek w checkoucie (przedpłata albo akceptacja specjalisty) nakładany na pacjentów z historią nieobecności.&lt;/td&gt;&lt;/tr&gt;&lt;tr&gt;&lt;td&gt;Webhook&lt;/td&gt;&lt;td&gt;Automatyczne powiadomienie od procesora płatności, że wpłata doszła — potwierdza rezerwację bez udziału człowieka.&lt;/td&gt;&lt;/tr&gt;&lt;tr&gt;&lt;td&gt;No-show&lt;/td&gt;&lt;td&gt;Sytuacja, w której pacjent nie pojawia się na umówionej wizycie bez odwołania.&lt;/td&gt;&lt;/tr&gt;&lt;tr&gt;&lt;td&gt;Auto-approval&lt;/td&gt;&lt;td&gt;Automatyczne uznanie wizyty za odbytą 48 godzin po jej terminie, jeśli specjalista nie zrobił tego ręcznie.&lt;/td&gt;&lt;/tr&gt;&lt;tr&gt;&lt;td&gt;Waitlista&lt;/td&gt;&lt;td&gt;Lista oczekujących pacjentów, którym system proponuje zwolniony termin.&lt;/td&gt;&lt;/tr&gt;&lt;tr&gt;&lt;td&gt;Spór (disputed)&lt;/td&gt;&lt;td&gt;Zgłoszenie pacjenta kwestionujące oznaczenie nieobecności, rozstrzygane przez admina.&lt;/td&gt;&lt;/tr&gt;&lt;tr&gt;&lt;td&gt;Event&lt;/td&gt;&lt;td&gt;Zdarzenie domenowe (np. booking.cancelled_late) emitowane przy przejściu między stanami, uruchamiające automatyczne silniki systemu.&lt;/td&gt;&lt;/tr&gt;&lt;/table&gt;" style="text;html=1;whiteSpace=wrap;align=left;verticalAlign=top;spacing=8;fillColor=#f5f5f5;strokeColor=#666666;rounded=1;fontSize=11;" vertex="1" parent="1">
-           <mxGeometry x="60" y="2010" width="880" height="450" as="geometry" />
+         <mxCell id="docSlownik" value="&lt;b&gt;Słownik&lt;/b&gt;&lt;br&gt;&lt;br&gt;&lt;table border=&quot;1&quot; cellpadding=&quot;4&quot; style=&quot;border-collapse:collapse;width:100%&quot;&gt;&lt;tr&gt;&lt;th align=&quot;left&quot;&gt;Pojęcie&lt;/th&gt;&lt;th align=&quot;left&quot;&gt;Wyjaśnienie&lt;/th&gt;&lt;/tr&gt;&lt;tr&gt;&lt;td&gt;Stan kanoniczny&lt;/td&gt;&lt;td&gt;Ustalona, wspólna dla całego projektu nazwa etapu życia rezerwacji (np. confirmed, no_show), używana we wszystkich diagramach.&lt;/td&gt;&lt;/tr&gt;&lt;tr&gt;&lt;td&gt;Checkout&lt;/td&gt;&lt;td&gt;Proces rezerwacji od kliknięcia terminu do potwierdzenia — wieloetapowy formularz (wybór usługi, dane, weryfikacja SMS, płatność). Opisany w A5.&lt;/td&gt;&lt;/tr&gt;&lt;tr&gt;&lt;td&gt;Slot&lt;/td&gt;&lt;td&gt;Konkretny termin wizyty w kalendarzu specjalisty, który pacjent może zarezerwować.&lt;/td&gt;&lt;/tr&gt;&lt;tr&gt;&lt;td&gt;Lock&lt;/td&gt;&lt;td&gt;Tymczasowa blokada slotu na czas checkoutu, żeby dwie osoby nie zarezerwowały tego samego terminu.&lt;/td&gt;&lt;/tr&gt;&lt;tr&gt;&lt;td&gt;TTL&lt;/td&gt;&lt;td&gt;„Time to live&quot; — czas życia blokady; po 10 minutach bez dokończenia rezerwacji slot automatycznie wraca do puli.&lt;/td&gt;&lt;/tr&gt;&lt;tr&gt;&lt;td&gt;Scoring&lt;/td&gt;&lt;td&gt;Wewnętrzna punktacja wiarygodności pacjenta prowadzona przez system: nieobecności i późne odwołania obniżają ocenę, co skutkuje sankcjami.&lt;/td&gt;&lt;/tr&gt;&lt;tr&gt;&lt;td&gt;Scoring gate&lt;/td&gt;&lt;td&gt;Dodatkowy warunek w checkoucie (przedpłata albo akceptacja specjalisty) nakładany na pacjentów z historią nieobecności.&lt;/td&gt;&lt;/tr&gt;&lt;tr&gt;&lt;td&gt;Webhook&lt;/td&gt;&lt;td&gt;Automatyczne powiadomienie od procesora płatności, że wpłata doszła — potwierdza rezerwację bez udziału człowieka.&lt;/td&gt;&lt;/tr&gt;&lt;tr&gt;&lt;td&gt;No-show&lt;/td&gt;&lt;td&gt;Sytuacja, w której pacjent nie pojawia się na umówionej wizycie bez odwołania.&lt;/td&gt;&lt;/tr&gt;&lt;tr&gt;&lt;td&gt;Auto-approval&lt;/td&gt;&lt;td&gt;Automatyczne uznanie wizyty za odbytą 48 godzin po jej terminie, jeśli specjalista nie zrobił tego ręcznie.&lt;/td&gt;&lt;/tr&gt;&lt;tr&gt;&lt;td&gt;Waitlista&lt;/td&gt;&lt;td&gt;Lista oczekujących pacjentów, którym system proponuje zwolniony termin.&lt;/td&gt;&lt;/tr&gt;&lt;tr&gt;&lt;td&gt;Spór (disputed)&lt;/td&gt;&lt;td&gt;Zgłoszenie pacjenta kwestionujące oznaczenie nieobecności, rozstrzygane przez admina.&lt;/td&gt;&lt;/tr&gt;&lt;tr&gt;&lt;td&gt;Event&lt;/td&gt;&lt;td&gt;Zdarzenie domenowe (np. booking.cancelled_late) emitowane przy przejściu między stanami, uruchamiające automatyczne silniki systemu.&lt;/td&gt;&lt;/tr&gt;&lt;tr&gt;&lt;td&gt;Flaga&lt;/td&gt;&lt;td&gt;Otwarta decyzja projektowa oznaczona numerem (Flaga 2: płatności online w POC, Flaga 3: blokada auto-approvalu) — opisana w mapie flowów.&lt;/td&gt;&lt;/tr&gt;&lt;/table&gt;" style="text;html=1;whiteSpace=wrap;align=left;verticalAlign=top;spacing=8;fillColor=#f5f5f5;strokeColor=#666666;rounded=1;fontSize=11;" vertex="1" parent="1">
+           <mxGeometry x="60" y="3590" width="880" height="640" as="geometry" />
        </mxCell>
      </root>
    </mxGraphModel>
  </diagram>
</mxfile>
